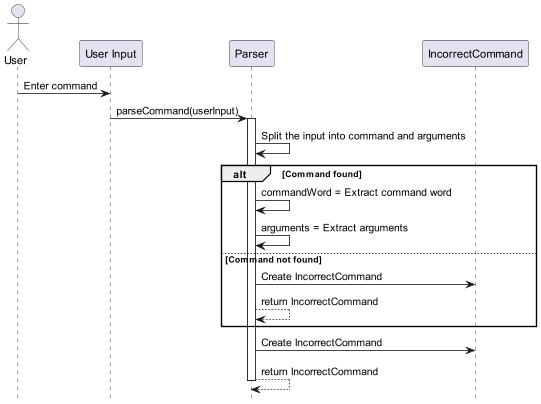
nus-cs2113-AY2324S1/tp keeps this PlantUML diagram as docs/UML Diagrams/ParserDiagram.png. Above is the earlier version. Source of this version:
```plantuml
@startuml
hide footbox
actor User
participant "User Input" as UserInput
participant "Parser" as Parser
participant "IncorrectCommand" as IncorrectCommand
User -> UserInput: Enter command
UserInput -> Parser: parseCommand(userInput)
activate Parser
Parser -> Parser: Split the input into command and arguments
alt Command found
Parser -> Parser: commandWord = Extract command word
Parser -> Parser: arguments = Extract arguments
else Command not found
Parser -> IncorrectCommand: Create IncorrectCommand
Parser --> Parser: return IncorrectCommand
end
Parser -> IncorrectCommand: Create IncorrectCommand
Parser --> Parser: return IncorrectCommand
deactivate Parser
@enduml
```
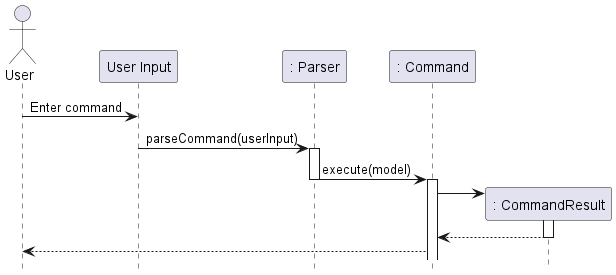
The same diagram one commit later.

Commit message:
parser diagram

Diff of the diagram source:
```diff
@@ -2,20 +2,25 @@
 hide footbox
 actor User
 participant "User Input" as UserInput
-participant "Parser" as Parser
-participant "IncorrectCommand" as IncorrectCommand
+participant ": Parser" as Parser
+participant ": Command" as Command
+participant ": CommandResult" as CommandResult
+
+
 User -> UserInput: Enter command
 UserInput -> Parser: parseCommand(userInput)
 activate Parser
-Parser -> Parser: Split the input into command and arguments
-alt Command found
-Parser -> Parser: commandWord = Extract command word
-Parser -> Parser: arguments = Extract arguments
-else Command not found
-Parser -> IncorrectCommand: Create IncorrectCommand
-Parser --> Parser: return IncorrectCommand
-end
-Parser -> IncorrectCommand: Create IncorrectCommand
-Parser --> Parser: return IncorrectCommand
+Parser -> Command: execute(model)
 deactivate Parser
+activate Command
+Create CommandResult
+Command -> CommandResult
+activate CommandResult
+CommandResult --> Command
+deactivate CommandResult
+Command --> User
+
+
+
+
 @enduml
```
